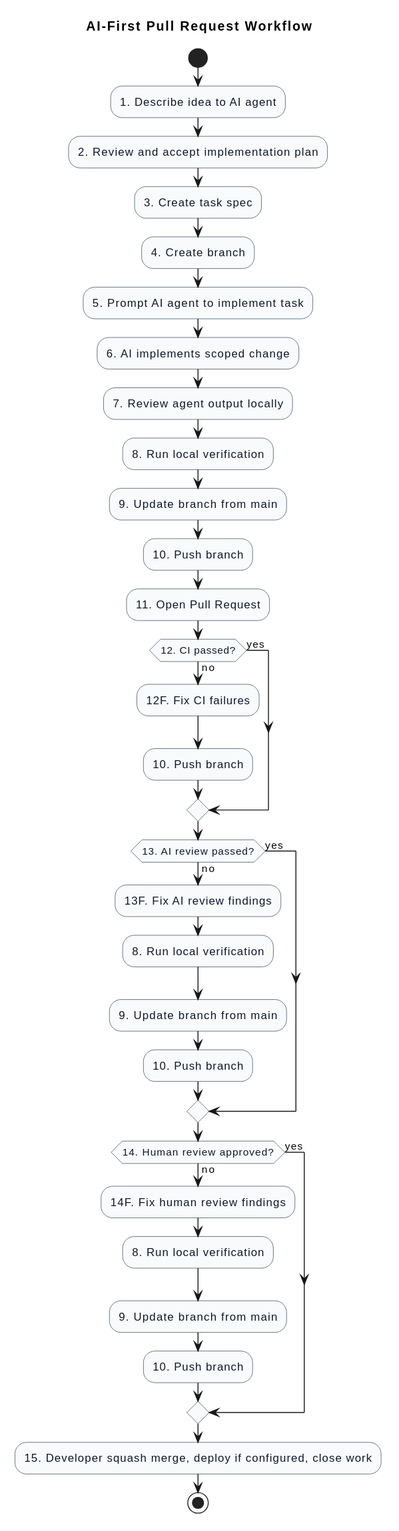
lupaus-eu/shadow keeps this PlantUML diagram as docs/diagrams/generated/ai-first-pr-workflow.svg. Above is the earlier version.
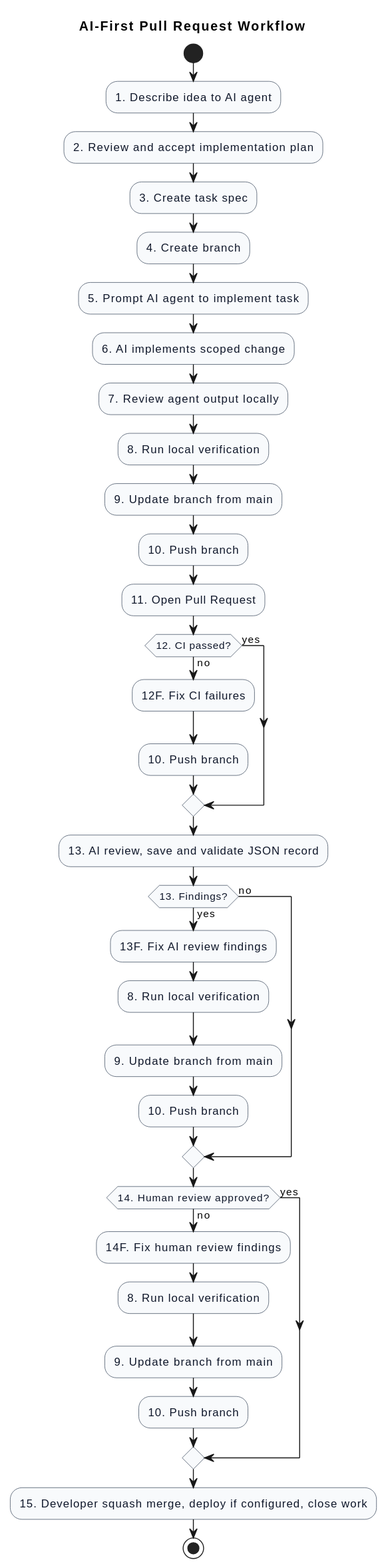
After the change.

The edit, as a diff of the source:
```diff
@@ -33,8 +33,9 @@
   :10. Push branch;
 endif
 
-if (13. AI review passed?) then (yes)
-else (no)
+:13. AI review, save and validate JSON record;
+if (13. Findings?) then (no)
+else (yes)
   :13F. Fix AI review findings;
   :8. Run local verification;
   :9. Update branch from main;
```
